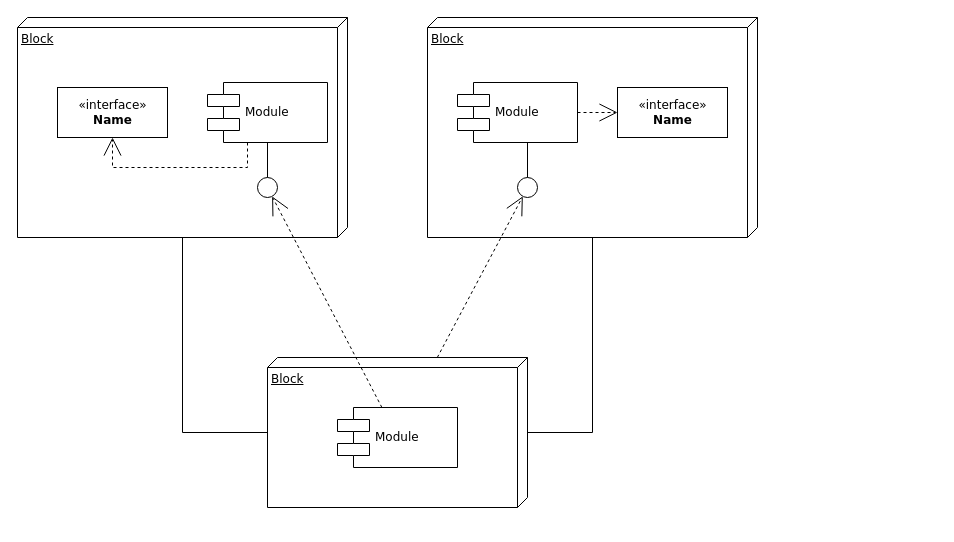
Above: Untitled Diagram.drawio in blasphemetheus/chess (draw.io), before the change. Source tidied: cells renumbered, new cells numbered last; positions are measured from the earlier drawing's top-left corner, leaving out a move shared by most shapes. Both pictures are drawn from the tidied source at 100%, with x=0, y=0 at pixel (17, 17).
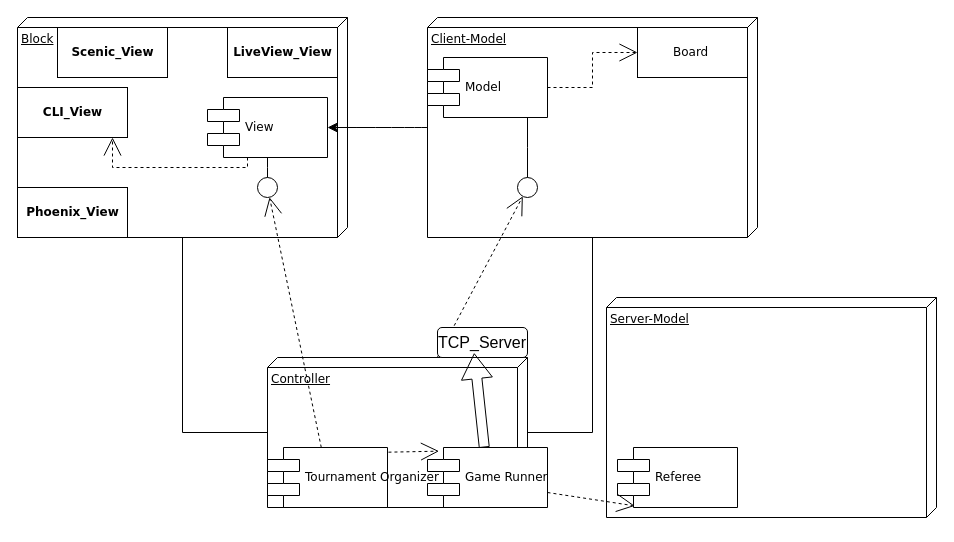
Above is the later version.

Commit message:
GChess_Over_TCP

What changed in the source:
```diff
@@
+    <mxCell id="20" value="Server-Model" style="verticalAlign=top;align=left;spacingTop=8;spacingLeft=2;spacingRight=12;shape=cube;size=10;direction=south;fontStyle=4;html=1;rounded=0;shadow=0;comic=0;labelBackgroundColor=none;strokeWidth=1;fontFamily=Verdana;fontSize=12;" parent="1" vertex="1">
+      <mxGeometry x="589" y="280" width="330" height="220" as="geometry" />
+    </mxCell>
@@
+    <mxCell id="21" style="edgeStyle=none;curved=1;rounded=0;jettySize=auto;html=1;fontSize=12;startSize=8;endSize=8;" parent="1" edge="1" source="3" target="6">
+      <mxGeometry relative="1" as="geometry" />
+    </mxCell>
-    <mxCell id="3" value="Block" style="verticalAlign=top;align=left;spacingTop=8;spacingLeft=2;spacingRight=12;shape=cube;size=10;direction=south;fontStyle=4;html=1;rounded=0;shadow=0;comic=0;labelBackgroundColor=none;strokeWidth=1;fontFamily=Verdana;fontSize=12;" parent="1" vertex="1">
+    <mxCell id="3" value="Client-Model" style="verticalAlign=top;align=left;spacingTop=8;spacingLeft=2;spacingRight=12;shape=cube;size=10;direction=south;fontStyle=4;html=1;rounded=0;shadow=0;comic=0;labelBackgroundColor=none;strokeWidth=1;fontFamily=Verdana;fontSize=12;" parent="1" vertex="1">
       <mxGeometry x="410" width="330" height="220" as="geometry" />
     </mxCell>
-    <mxCell id="4" value="Block" style="verticalAlign=top;align=left;spacingTop=8;spacingLeft=2;spacingRight=12;shape=cube;size=10;direction=south;fontStyle=4;html=1;rounded=0;shadow=0;comic=0;labelBackgroundColor=none;strokeWidth=1;fontFamily=Verdana;fontSize=12;" parent="1" vertex="1">
+    <mxCell id="4" value="Controller" style="verticalAlign=top;align=left;spacingTop=8;spacingLeft=2;spacingRight=12;shape=cube;size=10;direction=south;fontStyle=4;html=1;rounded=0;shadow=0;comic=0;labelBackgroundColor=none;strokeWidth=1;fontFamily=Verdana;fontSize=12;" parent="1" vertex="1">
       <mxGeometry x="250" y="340" width="260" height="150" as="geometry" />
     </mxCell>
-    <mxCell id="5" value="&amp;laquo;interface&amp;raquo;&lt;br&gt;&lt;b&gt;Name&lt;/b&gt;" style="html=1;rounded=0;shadow=0;comic=0;labelBackgroundColor=none;strokeWidth=1;fontFamily=Verdana;fontSize=12;align=center;" parent="1" vertex="1">
-      <mxGeometry x="40" y="70" width="110" height="50" as="geometry" />
+    <mxCell id="5" value="&lt;b&gt;CLI_View&lt;/b&gt;" style="html=1;rounded=0;shadow=0;comic=0;labelBackgroundColor=none;strokeWidth=1;fontFamily=Verdana;fontSize=12;align=center;" parent="1" vertex="1">
+      <mxGeometry y="70" width="110" height="50" as="geometry" />
     </mxCell>
-    <mxCell id="6" value="Module" style="shape=component;align=left;spacingLeft=36;rounded=0;shadow=0;comic=0;labelBackgroundColor=none;strokeWidth=1;fontFamily=Verdana;fontSize=12;html=1;" parent="1" vertex="1">
-      <mxGeometry x="190" y="65" width="120" height="60" as="geometry" />
+    <mxCell id="6" value="View" style="shape=component;align=left;spacingLeft=36;rounded=0;shadow=0;comic=0;labelBackgroundColor=none;strokeWidth=1;fontFamily=Verdana;fontSize=12;html=1;" parent="1" vertex="1">
+      <mxGeometry x="190" y="80" width="120" height="60" as="geometry" />
     </mxCell>
@@
-    <mxCell id="8" value="Module" style="shape=component;align=left;spacingLeft=36;rounded=0;shadow=0;comic=0;labelBackgroundColor=none;strokeWidth=1;fontFamily=Verdana;fontSize=12;html=1;" parent="1" vertex="1">
-      <mxGeometry x="440" y="65" width="120" height="60" as="geometry" />
+    <mxCell id="8" value="Model" style="shape=component;align=left;spacingLeft=36;rounded=0;shadow=0;comic=0;labelBackgroundColor=none;strokeWidth=1;fontFamily=Verdana;fontSize=12;html=1;" parent="1" vertex="1">
+      <mxGeometry x="410" y="40" width="120" height="60" as="geometry" />
     </mxCell>
-    <mxCell id="9" value="&amp;laquo;interface&amp;raquo;&lt;br&gt;&lt;b&gt;Name&lt;/b&gt;" style="html=1;rounded=0;shadow=0;comic=0;labelBackgroundColor=none;strokeWidth=1;fontFamily=Verdana;fontSize=12;align=center;" parent="1" vertex="1">
-      <mxGeometry x="600" y="70" width="110" height="50" as="geometry" />
+    <mxCell id="9" value="Board&lt;span style=&quot;white-space: pre;&quot;&gt; &lt;/span&gt;" style="html=1;rounded=0;shadow=0;comic=0;labelBackgroundColor=none;strokeWidth=1;fontFamily=Verdana;fontSize=12;align=center;" parent="1" vertex="1">
+      <mxGeometry x="620" y="10" width="110" height="50" as="geometry" />
     </mxCell>
@@
-    <mxCell id="11" value="Module" style="shape=component;align=left;spacingLeft=36;rounded=0;shadow=0;comic=0;labelBackgroundColor=none;strokeWidth=1;fontFamily=Verdana;fontSize=12;html=1;" parent="1" vertex="1">
-      <mxGeometry x="320" y="390" width="120" height="60" as="geometry" />
-    </mxCell>
@@
+    <mxCell id="22" value="&lt;b&gt;Phoenix_View&lt;/b&gt;" style="html=1;rounded=0;shadow=0;comic=0;labelBackgroundColor=none;strokeWidth=1;fontFamily=Verdana;fontSize=12;align=center;" parent="1" vertex="1">
+      <mxGeometry y="170" width="110" height="50" as="geometry" />
+    </mxCell>
+    <mxCell id="23" value="&lt;b&gt;Scenic_View&lt;/b&gt;" style="html=1;rounded=0;shadow=0;comic=0;labelBackgroundColor=none;strokeWidth=1;fontFamily=Verdana;fontSize=12;align=center;" parent="1" vertex="1">
+      <mxGeometry x="40" y="10" width="110" height="50" as="geometry" />
+    </mxCell>
+    <mxCell id="24" value="&lt;b&gt;LiveView_View&lt;/b&gt;" style="html=1;rounded=0;shadow=0;comic=0;labelBackgroundColor=none;strokeWidth=1;fontFamily=Verdana;fontSize=12;align=center;" parent="1" vertex="1">
+      <mxGeometry x="210" y="10" width="110" height="50" as="geometry" />
+    </mxCell>
+    <mxCell id="25" value="Game Runner" style="shape=component;align=left;spacingLeft=36;rounded=0;shadow=0;comic=0;labelBackgroundColor=none;strokeWidth=1;fontFamily=Verdana;fontSize=12;html=1;" parent="1" vertex="1">
+      <mxGeometry x="410" y="430" width="120" height="60" as="geometry" />
+    </mxCell>
+    <mxCell id="11" value="Tournament Organizer" style="shape=component;align=left;spacingLeft=36;rounded=0;shadow=0;comic=0;labelBackgroundColor=none;strokeWidth=1;fontFamily=Verdana;fontSize=12;html=1;" parent="1" vertex="1">
+      <mxGeometry x="250" y="430" width="120" height="60" as="geometry" />
+    </mxCell>
+    <mxCell id="26" value="Referee" style="shape=component;align=left;spacingLeft=36;rounded=0;shadow=0;comic=0;labelBackgroundColor=none;strokeWidth=1;fontFamily=Verdana;fontSize=12;html=1;" parent="1" vertex="1">
+      <mxGeometry x="600" y="430" width="120" height="60" as="geometry" />
+    </mxCell>
+    <mxCell id="27" style="edgeStyle=none;rounded=0;html=1;dashed=1;labelBackgroundColor=none;startArrow=none;startFill=0;startSize=8;endArrow=open;endFill=0;endSize=16;fontFamily=Verdana;fontSize=12;entryX=0.144;entryY=0.973;entryDx=0;entryDy=0;entryPerimeter=0;exitX=1;exitY=0.75;exitDx=0;exitDy=0;" parent="1" edge="1" source="25" target="26">
+      <mxGeometry relative="1" as="geometry" />
+    </mxCell>
+    <mxCell id="28" style="edgeStyle=none;rounded=0;html=1;dashed=1;labelBackgroundColor=none;startArrow=none;startFill=0;startSize=8;endArrow=open;endFill=0;endSize=16;fontFamily=Verdana;fontSize=12;entryX=0.096;entryY=0.061;entryDx=0;entryDy=0;entryPerimeter=0;exitX=1.008;exitY=0.078;exitDx=0;exitDy=0;exitPerimeter=0;" parent="1" edge="1" source="11" target="25">
+      <mxGeometry relative="1" as="geometry" />
+    </mxCell>
+    <mxCell id="29" value="TCP_Server" style="rounded=1;whiteSpace=wrap;html=1;fontSize=16;" parent="1" vertex="1">
+      <mxGeometry x="420" y="310" width="90" height="30" as="geometry" />
+    </mxCell>
+    <mxCell id="30" style="shape=flexArrow;endArrow=classic;html=1;rounded=0;fontSize=12;startSize=8;endSize=8;curved=1;entryX=0.408;entryY=0.858;entryDx=0;entryDy=0;entryPerimeter=0;" parent="1" edge="1" source="25" target="29">
+      <mxGeometry relative="1" as="geometry" />
+    </mxCell>
```
